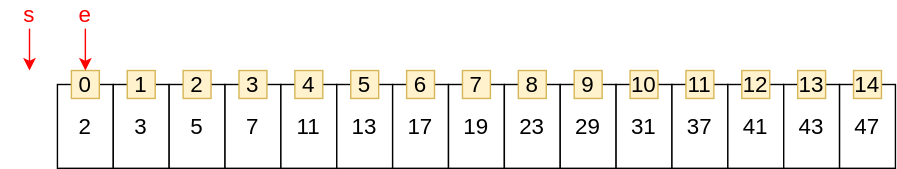
zininote/zininote.github.io keeps this draw.io diagram as img/algorithm/algorithm-1020-01-01-00.svg. Above is the earlier version. Source tidied: cells renumbered, new cells last; positions are measured from the earlier drawing's top-left corner, leaving out a move shared by most shapes.
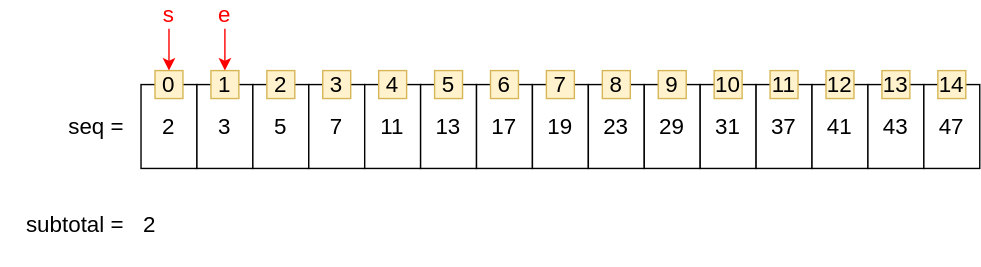
After the commit.

The edit, as a diff of the source:
```diff
@@ -94,16 +94,16 @@
     </mxCell>
     <mxCell id="32" style="edgeStyle=orthogonalEdgeStyle;rounded=0;jettySize=auto;html=1;exitX=0.5;exitY=1;exitDx=0;exitDy=0;entryX=0.5;entryY=0;entryDx=0;entryDy=0;fontSize=16;fontColor=#FF0000;strokeColor=#FF0000;" parent="1" edge="1" source="38">
       <mxGeometry relative="1" as="geometry">
-        <mxPoint x="20" y="50" as="targetPoint" />
+        <mxPoint x="60" y="50" as="targetPoint" />
       </mxGeometry>
     </mxCell>
     <mxCell id="33" style="edgeStyle=orthogonalEdgeStyle;rounded=0;jettySize=auto;html=1;exitX=0.5;exitY=1;exitDx=0;exitDy=0;entryX=0.5;entryY=0;entryDx=0;entryDy=0;strokeColor=#FF0000;fontSize=16;fontColor=#FF0000;" parent="1" edge="1" source="35">
       <mxGeometry relative="1" as="geometry">
-        <mxPoint x="60" y="50" as="targetPoint" />
+        <mxPoint x="100" y="50" as="targetPoint" />
       </mxGeometry>
     </mxCell>
     <mxCell id="34" style="group;" parent="1" vertex="1">
-      <mxGeometry x="40" width="40" height="20" as="geometry" />
+      <mxGeometry x="80" width="40" height="20" as="geometry" />
     </mxCell>
     <mxCell id="35" value="e" style="text;html=1;strokeColor=none;fillColor=none;align=center;verticalAlign=middle;whiteSpace=wrap;rounded=0;fontSize=16;fontColor=#FF0000;" parent="34" vertex="1">
       <mxGeometry width="40" height="20" as="geometry" />
@@ -112,10 +112,19 @@
       <mxGeometry relative="1" as="geometry" />
     </mxCell>
     <mxCell id="37" style="group;" parent="1" vertex="1">
-      <mxGeometry width="40" height="20" as="geometry" />
+      <mxGeometry x="40" width="40" height="20" as="geometry" />
     </mxCell>
     <mxCell id="38" value="s" style="text;html=1;strokeColor=none;fillColor=none;align=center;verticalAlign=middle;whiteSpace=wrap;rounded=0;fontSize=16;fontColor=#FF0000;" parent="37" vertex="1">
       <mxGeometry width="40" height="20" as="geometry" />
     </mxCell>
+    <mxCell id="39" value="seq =" style="text;html=1;strokeColor=none;fillColor=none;align=right;verticalAlign=middle;whiteSpace=wrap;rounded=0;fontSize=16;" parent="1" vertex="1">
+      <mxGeometry x="-60" y="60" width="90" height="60" as="geometry" />
+    </mxCell>
+    <mxCell id="40" value="subtotal =" style="text;html=1;strokeColor=none;fillColor=none;align=right;verticalAlign=middle;whiteSpace=wrap;rounded=0;fontSize=16;" parent="1" vertex="1">
+      <mxGeometry x="-60" y="130" width="90" height="60" as="geometry" />
+    </mxCell>
+    <mxCell id="41" value="2" style="text;html=1;strokeColor=none;fillColor=none;align=left;verticalAlign=middle;whiteSpace=wrap;rounded=0;fontSize=16;" parent="1" vertex="1">
+      <mxGeometry x="40" y="140" width="40" height="40" as="geometry" />
+    </mxCell>
   </root>
 </mxGraphModel>
```
